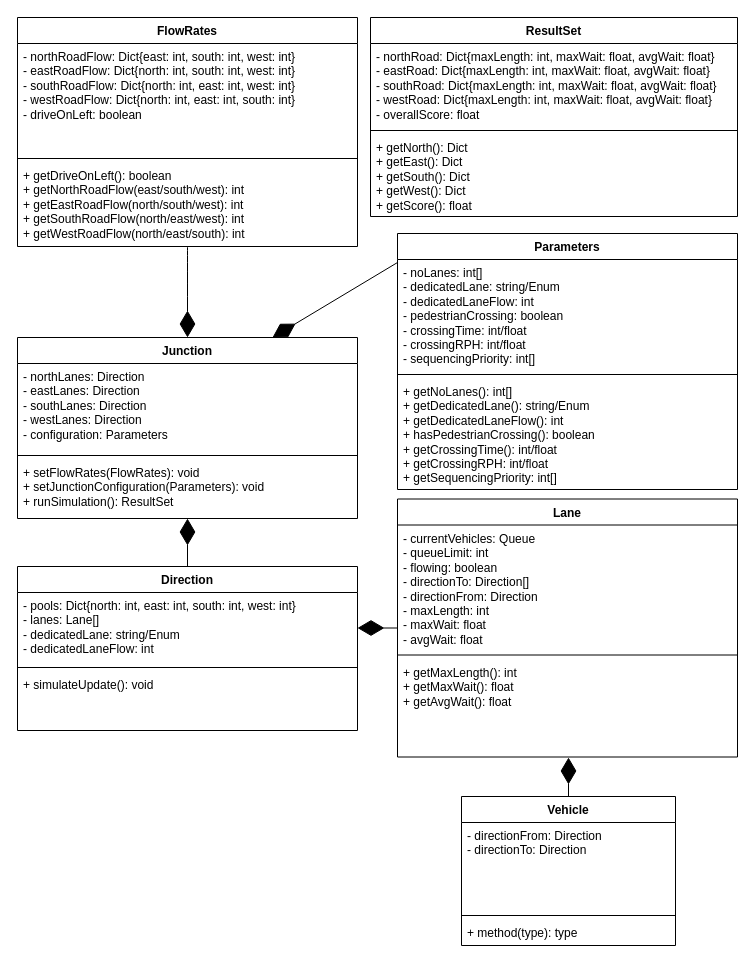
antonizyla/cs261 keeps this draw.io diagram as deliverables/planningDesign/JunctionSimulationClassDiagram.drawio. Above is the earlier version. Source tidied: cells renumbered, new cells numbered last; positions are measured from the earlier drawing's top-left corner, leaving out a move shared by most shapes. Both pictures are drawn from the tidied source at 100%, with x=0, y=0 at pixel (17, 17).
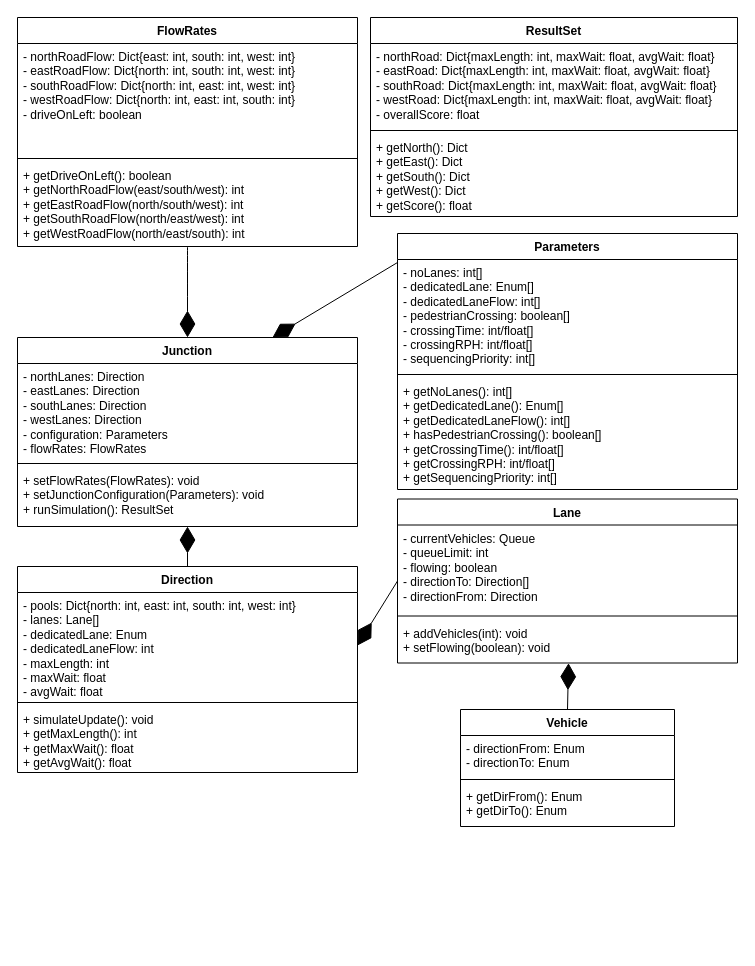
The same page after the edit.

Commit message (it also covers changes not shown here):
Updated Class Diagrams

Unchanged cells that the change refers to:
```xml
<mxCell id="14" value="Parameters" style="swimlane;fontStyle=1;align=center;verticalAlign=top;horizontal=1;startSize=26;whiteSpace=wrap;html=1;" parent="1" vertex="1">
  <mxGeometry x="380" y="216" width="340" height="256" as="geometry" />
</mxCell>
```

What changed in the source:
```diff
@@
     <mxCell id="2" value="Vehicle" style="swimlane;fontStyle=1;align=center;verticalAlign=top;horizontal=1;startSize=26;whiteSpace=wrap;html=1;" parent="1" vertex="1">
-      <mxGeometry x="444" y="779" width="214" height="149" as="geometry" />
+      <mxGeometry x="443" y="692" width="214" height="117" as="geometry" />
     </mxCell>
-    <mxCell id="3" value="&lt;div&gt;- directionFrom: Direction&lt;br&gt;&lt;/div&gt;&lt;div&gt;- directionTo: Direction&lt;/div&gt;" style="text;strokeColor=none;fillColor=none;align=left;verticalAlign=top;spacingLeft=4;spacingRight=4;overflow=hidden;whiteSpace=wrap;html=1;" parent="2" vertex="1">
-      <mxGeometry y="26" width="214" height="89" as="geometry" />
+    <mxCell id="3" value="&lt;div&gt;- directionFrom: Enum&lt;br&gt;&lt;/div&gt;&lt;div&gt;- directionTo: Enum&lt;/div&gt;" style="text;strokeColor=none;fillColor=none;align=left;verticalAlign=top;spacingLeft=4;spacingRight=4;overflow=hidden;whiteSpace=wrap;html=1;" parent="2" vertex="1">
+      <mxGeometry y="26" width="214" height="40" as="geometry" />
     </mxCell>
     <mxCell id="4" style="line;strokeWidth=1;fillColor=none;align=left;verticalAlign=middle;spacingTop=-1;spacingLeft=3;spacingRight=3;labelPosition=right;strokeColor=inherit;" parent="2" vertex="1">
-      <mxGeometry y="115" width="214" height="8" as="geometry" />
+      <mxGeometry y="66" width="214" height="8" as="geometry" />
     </mxCell>
-    <mxCell id="5" value="+ method(type): type" style="text;strokeColor=none;fillColor=none;align=left;verticalAlign=top;spacingLeft=4;spacingRight=4;overflow=hidden;whiteSpace=wrap;html=1;" parent="2" vertex="1">
-      <mxGeometry y="123" width="214" height="26" as="geometry" />
+    <mxCell id="5" value="&lt;div&gt;+ getDirFrom(): Enum&lt;br&gt;&lt;/div&gt;&lt;div&gt;+ getDirTo(): Enum&lt;br&gt;&lt;/div&gt;" style="text;strokeColor=none;fillColor=none;align=left;verticalAlign=top;spacingLeft=4;spacingRight=4;overflow=hidden;whiteSpace=wrap;html=1;" parent="2" vertex="1">
+      <mxGeometry y="74" width="214" height="43" as="geometry" />
     </mxCell>
     <mxCell id="6" value="Junction" style="swimlane;fontStyle=1;align=center;verticalAlign=top;horizontal=1;startSize=26;whiteSpace=wrap;html=1;" parent="1" vertex="1">
-      <mxGeometry y="320" width="340" height="181" as="geometry" />
+      <mxGeometry y="320" width="340" height="189" as="geometry" />
     </mxCell>
-    <mxCell id="7" value="&lt;div&gt;- northLanes: Direction&lt;/div&gt;&lt;div&gt;- eastLanes: Direction&lt;/div&gt;&lt;div&gt;- southLanes: Direction&lt;/div&gt;&lt;div&gt;- westLanes: Direction&lt;/div&gt;&lt;div&gt;- configuration: Parameters&lt;br&gt;&lt;/div&gt;" style="text;strokeColor=none;fillColor=none;align=left;verticalAlign=top;spacingLeft=4;spacingRight=4;overflow=hidden;whiteSpace=wrap;html=1;" parent="6" vertex="1">
-      <mxGeometry y="26" width="340" height="88" as="geometry" />
+    <mxCell id="7" value="&lt;div&gt;- northLanes: Direction&lt;/div&gt;&lt;div&gt;- eastLanes: Direction&lt;/div&gt;&lt;div&gt;- southLanes: Direction&lt;/div&gt;&lt;div&gt;- westLanes: Direction&lt;/div&gt;&lt;div&gt;- configuration: Parameters&lt;/div&gt;&lt;div&gt;- flowRates: FlowRates&lt;br&gt;&lt;/div&gt;" style="text;strokeColor=none;fillColor=none;align=left;verticalAlign=top;spacingLeft=4;spacingRight=4;overflow=hidden;whiteSpace=wrap;html=1;" parent="6" vertex="1">
+      <mxGeometry y="26" width="340" height="96" as="geometry" />
     </mxCell>
     <mxCell id="8" style="line;strokeWidth=1;fillColor=none;align=left;verticalAlign=middle;spacingTop=-1;spacingLeft=3;spacingRight=3;labelPosition=right;strokeColor=inherit;" parent="6" vertex="1">
-      <mxGeometry y="114" width="340" height="8" as="geometry" />
+      <mxGeometry y="122" width="340" height="8" as="geometry" />
     </mxCell>
     <mxCell id="9" value="&lt;div&gt;+ setFlowRates(FlowRates): void&lt;/div&gt;&lt;div&gt;+ setJunctionConfiguration(Parameters): void&lt;/div&gt;&lt;div&gt;+ runSimulation(): ResultSet&lt;br&gt;&lt;/div&gt;" style="text;strokeColor=none;fillColor=none;align=left;verticalAlign=top;spacingLeft=4;spacingRight=4;overflow=hidden;whiteSpace=wrap;html=1;" parent="6" vertex="1">
-      <mxGeometry y="122" width="340" height="59" as="geometry" />
+      <mxGeometry y="130" width="340" height="59" as="geometry" />
     </mxCell>
     <mxCell id="10" value="Lane" style="swimlane;fontStyle=1;align=center;verticalAlign=top;horizontal=1;startSize=26;whiteSpace=wrap;html=1;" parent="1" vertex="1">
-      <mxGeometry x="380" y="481.5" width="340" height="258" as="geometry" />
+      <mxGeometry x="380" y="481.5" width="340" height="164" as="geometry" />
     </mxCell>
-    <mxCell id="11" value="&lt;div&gt;- currentVehicles: Queue&lt;/div&gt;&lt;div&gt;- queueLimit: int&lt;br&gt;&lt;/div&gt;&lt;div&gt;- flowing: boolean&lt;/div&gt;&lt;div&gt;- directionTo: Direction[]&lt;br&gt;&lt;/div&gt;&lt;div&gt;- directionFrom: Direction&lt;br&gt;&lt;/div&gt;&lt;div&gt;- maxLength: int&lt;/div&gt;&lt;div&gt;- maxWait: float&lt;br&gt;&lt;/div&gt;&lt;div&gt;- avgWait: float&lt;br&gt;&lt;/div&gt;&lt;div&gt;&lt;br&gt;&lt;/div&gt;" style="text;strokeColor=none;fillColor=none;align=left;verticalAlign=top;spacingLeft=4;spacingRight=4;overflow=hidden;whiteSpace=wrap;html=1;" parent="10" vertex="1">
-      <mxGeometry y="26" width="340" height="126" as="geometry" />
+    <mxCell id="11" value="&lt;div&gt;- currentVehicles: Queue&lt;/div&gt;&lt;div&gt;- queueLimit: int&lt;br&gt;&lt;/div&gt;&lt;div&gt;- flowing: boolean&lt;/div&gt;&lt;div&gt;- directionTo: Direction[]&lt;br&gt;&lt;/div&gt;&lt;div&gt;- directionFrom: Direction&lt;br&gt;&lt;/div&gt;&lt;br&gt;&lt;div&gt;&lt;br&gt;&lt;/div&gt;" style="text;strokeColor=none;fillColor=none;align=left;verticalAlign=top;spacingLeft=4;spacingRight=4;overflow=hidden;whiteSpace=wrap;html=1;" parent="10" vertex="1">
+      <mxGeometry y="26" width="340" height="87" as="geometry" />
     </mxCell>
     <mxCell id="12" style="line;strokeWidth=1;fillColor=none;align=left;verticalAlign=middle;spacingTop=-1;spacingLeft=3;spacingRight=3;labelPosition=right;strokeColor=inherit;" parent="10" vertex="1">
-      <mxGeometry y="152" width="340" height="8" as="geometry" />
+      <mxGeometry y="113" width="340" height="8" as="geometry" />
     </mxCell>
-    <mxCell id="13" value="&lt;div&gt;+ getMaxLength(): int&lt;/div&gt;&lt;div&gt;+ getMaxWait(): float&lt;/div&gt;&lt;div&gt;+ getAvgWait(): float&lt;br&gt;&lt;/div&gt;&lt;div&gt;&lt;br&gt;&lt;/div&gt;" style="text;strokeColor=none;fillColor=none;align=left;verticalAlign=top;spacingLeft=4;spacingRight=4;overflow=hidden;points=[[0,0.5],[1,0.5]];portConstraint=eastwest;whiteSpace=wrap;html=1;" parent="10" vertex="1">
-      <mxGeometry y="160" width="340" height="98" as="geometry" />
+    <mxCell id="13" value="&lt;div&gt;+ addVehicles(int): void&lt;/div&gt;&lt;div&gt;+ setFlowing(boolean): void&lt;br&gt;&lt;/div&gt;&lt;div&gt;&lt;br&gt;&lt;/div&gt;" style="text;strokeColor=none;fillColor=none;align=left;verticalAlign=top;spacingLeft=4;spacingRight=4;overflow=hidden;points=[[0,0.5],[1,0.5]];portConstraint=eastwest;whiteSpace=wrap;html=1;" parent="10" vertex="1">
+      <mxGeometry y="121" width="340" height="43" as="geometry" />
     </mxCell>
@@
-    <mxCell id="15" value="&lt;div&gt;- noLanes: int[]&lt;/div&gt;&lt;div&gt;- dedicatedLane: string/Enum&lt;/div&gt;&lt;div&gt;- dedicatedLaneFlow: int&lt;/div&gt;&lt;div&gt;- pedestrianCrossing: boolean&lt;/div&gt;&lt;div&gt;- crossingTime: int/float&lt;br&gt;&lt;/div&gt;&lt;div&gt;- crossingRPH: int/float&lt;br&gt;&lt;/div&gt;&lt;div&gt;- sequencingPriority: int[]&lt;br&gt;&lt;/div&gt;" style="text;strokeColor=none;fillColor=none;align=left;verticalAlign=top;spacingLeft=4;spacingRight=4;overflow=hidden;points=[[0,0.5],[1,0.5]];portConstraint=eastwest;whiteSpace=wrap;html=1;" parent="14" vertex="1">
+    <mxCell id="15" value="&lt;div&gt;- noLanes: int[]&lt;/div&gt;&lt;div&gt;- dedicatedLane: Enum[]&lt;/div&gt;&lt;div&gt;- dedicatedLaneFlow: int[]&lt;/div&gt;&lt;div&gt;- pedestrianCrossing: boolean[]&lt;/div&gt;&lt;div&gt;- crossingTime: int/float[]&lt;br&gt;&lt;/div&gt;&lt;div&gt;- crossingRPH: int/float[]&lt;br&gt;&lt;/div&gt;&lt;div&gt;- sequencingPriority: int[]&lt;br&gt;&lt;/div&gt;" style="text;strokeColor=none;fillColor=none;align=left;verticalAlign=top;spacingLeft=4;spacingRight=4;overflow=hidden;points=[[0,0.5],[1,0.5]];portConstraint=eastwest;whiteSpace=wrap;html=1;" parent="14" vertex="1">
       <mxGeometry y="26" width="340" height="111" as="geometry" />
     </mxCell>
@@
-    <mxCell id="17" value="&lt;div&gt;+ getNoLanes(): int[]&lt;/div&gt;&lt;div&gt;+ getDedicatedLane(): string/Enum&lt;br&gt;&lt;/div&gt;&lt;div&gt;+ getDedicatedLaneFlow(): int&lt;br&gt;&lt;/div&gt;&lt;div&gt;+ hasPedestrianCrossing(): boolean&lt;br&gt;&lt;/div&gt;&lt;div&gt;+ getCrossingTime(): int/float&lt;/div&gt;&lt;div&gt;+ getCrossingRPH: int/float&lt;/div&gt;&lt;div&gt;+ getSequencingPriority: int[]&lt;br&gt;&lt;/div&gt;" style="text;strokeColor=none;fillColor=none;align=left;verticalAlign=top;spacingLeft=4;spacingRight=4;overflow=hidden;whiteSpace=wrap;html=1;" parent="14" vertex="1">
+    <mxCell id="17" value="&lt;div&gt;+ getNoLanes(): int[]&lt;/div&gt;&lt;div&gt;+ getDedicatedLane(): Enum[]&lt;br&gt;&lt;/div&gt;&lt;div&gt;+ getDedicatedLaneFlow(): int[]&lt;br&gt;&lt;/div&gt;&lt;div&gt;+ hasPedestrianCrossing(): boolean[]&lt;br&gt;&lt;/div&gt;&lt;div&gt;+ getCrossingTime(): int/float[]&lt;/div&gt;&lt;div&gt;+ getCrossingRPH: int/float[]&lt;/div&gt;&lt;div&gt;+ getSequencingPriority: int[]&lt;br&gt;&lt;/div&gt;" style="text;strokeColor=none;fillColor=none;align=left;verticalAlign=top;spacingLeft=4;spacingRight=4;overflow=hidden;whiteSpace=wrap;html=1;" parent="14" vertex="1">
       <mxGeometry y="145" width="340" height="111" as="geometry" />
     </mxCell>
@@
     <mxCell id="26" value="Direction" style="swimlane;fontStyle=1;align=center;verticalAlign=top;horizontal=1;startSize=26;whiteSpace=wrap;html=1;" parent="1" vertex="1">
-      <mxGeometry y="549" width="340" height="164" as="geometry" />
+      <mxGeometry y="549" width="340" height="206" as="geometry" />
     </mxCell>
-    <mxCell id="27" value="&lt;div&gt;- pools: Dict{north: int, east: int, south: int, west: int}&lt;/div&gt;&lt;div&gt;- lanes: Lane[]&lt;/div&gt;&lt;div&gt;- dedicatedLane: string/Enum&lt;br&gt;&lt;/div&gt;&lt;div&gt;- dedicatedLaneFlow: int&lt;br&gt;&lt;/div&gt;" style="text;strokeColor=none;fillColor=none;align=left;verticalAlign=top;spacingLeft=4;spacingRight=4;overflow=hidden;points=[[0,0.5],[1,0.5]];portConstraint=eastwest;whiteSpace=wrap;html=1;" parent="26" vertex="1">
-      <mxGeometry y="26" width="340" height="71" as="geometry" />
+    <mxCell id="27" value="&lt;div&gt;- pools: Dict{north: int, east: int, south: int, west: int}&lt;/div&gt;&lt;div&gt;- lanes: Lane[]&lt;/div&gt;&lt;div&gt;- dedicatedLane: Enum&lt;br&gt;&lt;/div&gt;&lt;div&gt;- dedicatedLaneFlow: int&lt;br&gt;&lt;/div&gt;&lt;div&gt;- maxLength: int&lt;/div&gt;&lt;div&gt;&lt;div&gt;- maxWait: float&lt;br&gt;&lt;/div&gt;- avgWait: float&lt;/div&gt;" style="text;strokeColor=none;fillColor=none;align=left;verticalAlign=top;spacingLeft=4;spacingRight=4;overflow=hidden;points=[[0,0.5],[1,0.5]];portConstraint=eastwest;whiteSpace=wrap;html=1;" parent="26" vertex="1">
+      <mxGeometry y="26" width="340" height="106" as="geometry" />
     </mxCell>
     <mxCell id="28" style="line;strokeWidth=1;fillColor=none;align=left;verticalAlign=middle;spacingTop=-1;spacingLeft=3;spacingRight=3;labelPosition=right;strokeColor=inherit;" parent="26" vertex="1">
-      <mxGeometry y="97" width="340" height="8" as="geometry" />
+      <mxGeometry y="132" width="340" height="8" as="geometry" />
     </mxCell>
-    <mxCell id="29" value="&lt;div&gt;+ simulateUpdate(): void&lt;/div&gt;&lt;div&gt;&lt;br&gt;&lt;/div&gt;" style="text;strokeColor=none;fillColor=none;align=left;verticalAlign=top;spacingLeft=4;spacingRight=4;overflow=hidden;whiteSpace=wrap;html=1;" parent="26" vertex="1">
-      <mxGeometry y="105" width="340" height="59" as="geometry" />
+    <mxCell id="29" value="&lt;div&gt;+ simulateUpdate(): void&lt;/div&gt;&lt;div&gt;+ getMaxLength(): int&lt;/div&gt;&lt;div&gt;+ getMaxWait(): float&lt;/div&gt;&lt;div&gt;+ getAvgWait(): float&lt;br&gt;&lt;/div&gt;&lt;div&gt;&lt;br&gt;&lt;br&gt;&lt;/div&gt;" style="text;strokeColor=none;fillColor=none;align=left;verticalAlign=top;spacingLeft=4;spacingRight=4;overflow=hidden;whiteSpace=wrap;html=1;" parent="26" vertex="1">
+      <mxGeometry y="140" width="340" height="66" as="geometry" />
     </mxCell>
```
